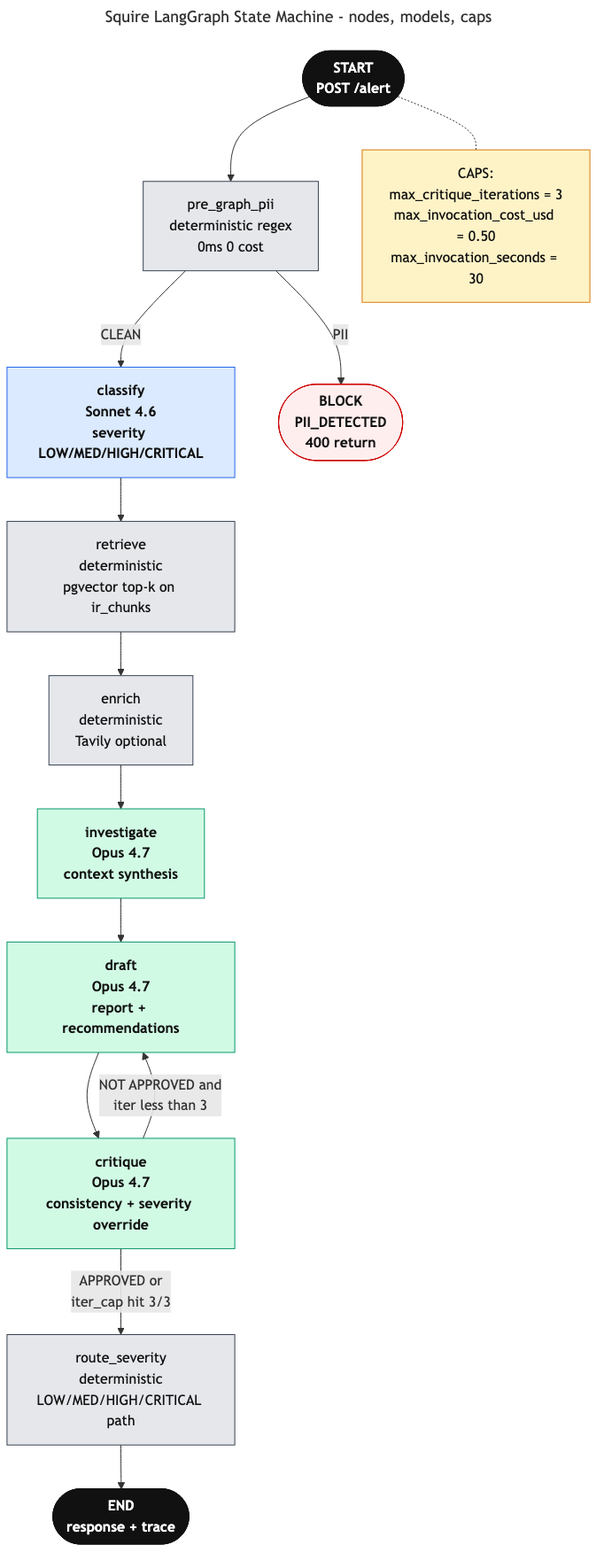
Before: docs/grc/diagrams/squire-state-machine.png, a diagram exported from Mermaid (ET-sec/cyber-squire1). Its source is kept beside it as docs/grc/diagrams/squire-state-machine.mmd.
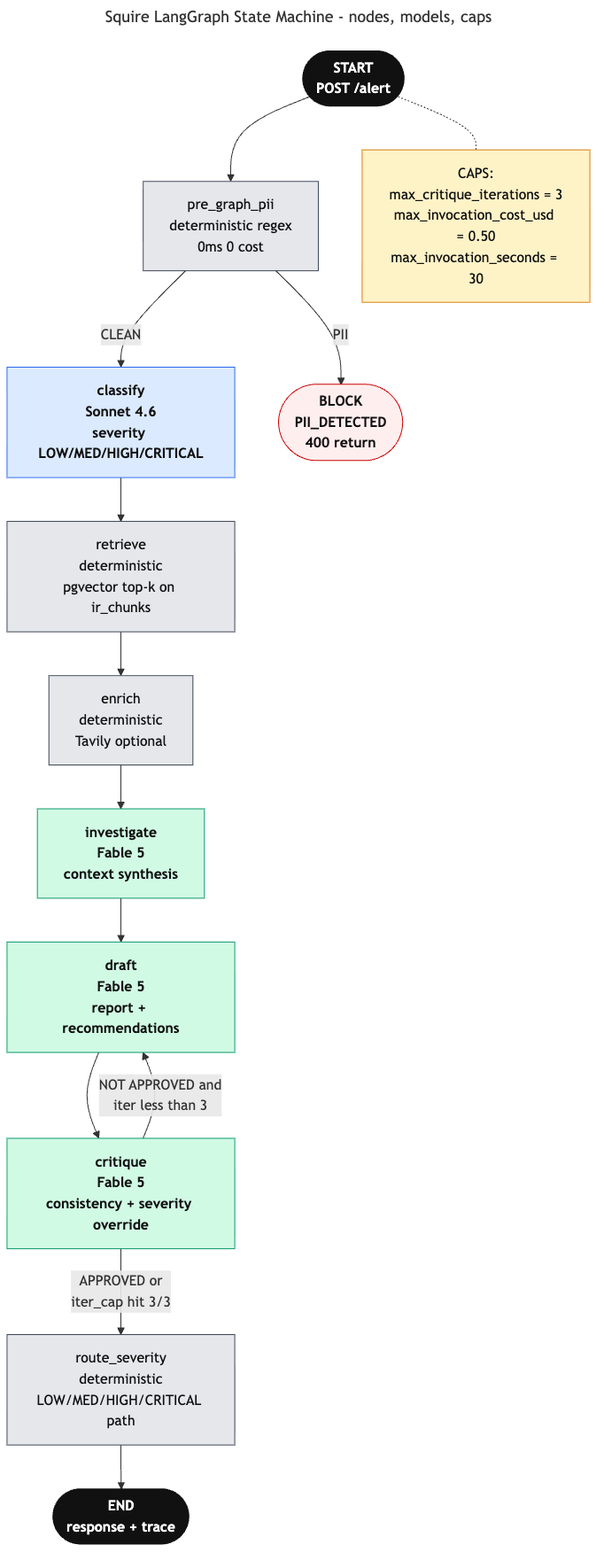
The same diagram one commit later.

Change to the diagram source:
```diff
@@ -7,9 +7,9 @@
     CL["classify<br/>Sonnet 4.6<br/>severity LOW/MED/HIGH/CRITICAL"]
     RT["retrieve<br/>deterministic<br/>pgvector top-k on ir_chunks"]
     EN["enrich<br/>deterministic<br/>Tavily optional"]
-    IN["investigate<br/>Opus 4.7<br/>context synthesis"]
-    DR["draft<br/>Opus 4.7<br/>report + recommendations"]
-    CR["critique<br/>Opus 4.7<br/>consistency + severity override"]
+    IN["investigate<br/>Fable 5<br/>context synthesis"]
+    DR["draft<br/>Fable 5<br/>report + recommendations"]
+    CR["critique<br/>Fable 5<br/>consistency + severity override"]
     RS["route_severity<br/>deterministic<br/>LOW/MED/HIGH/CRITICAL path"]
     END_N(["END<br/>response + trace"])
     BLOCK(["BLOCK<br/>PII_DETECTED<br/>400 return"])
```
